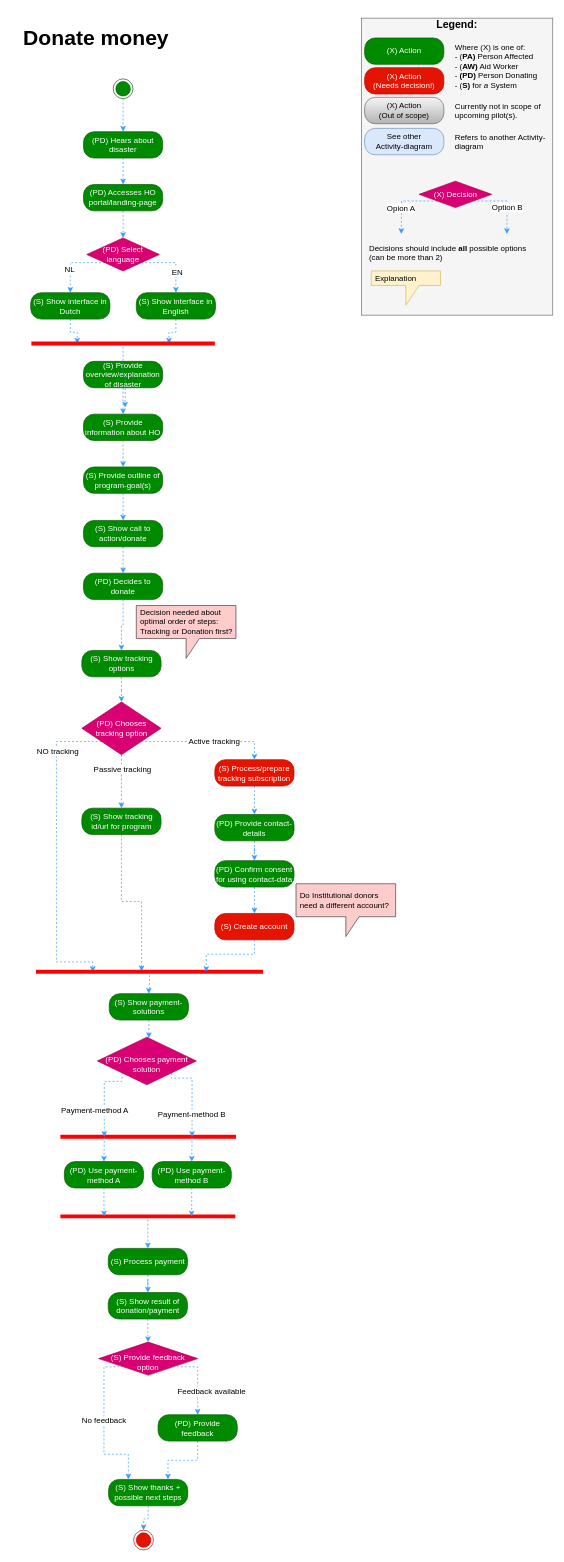
Before: Activity Diagrams/Donate money activity.drawio in nsward/diagrams, a draw.io diagram. Source tidied: cells renumbered, new cells numbered last; positions are measured from the earlier drawing's top-left corner, leaving out a move shared by most shapes. Both pictures are drawn from the tidied source at 66%, with x=0, y=0 at pixel (11, 11).
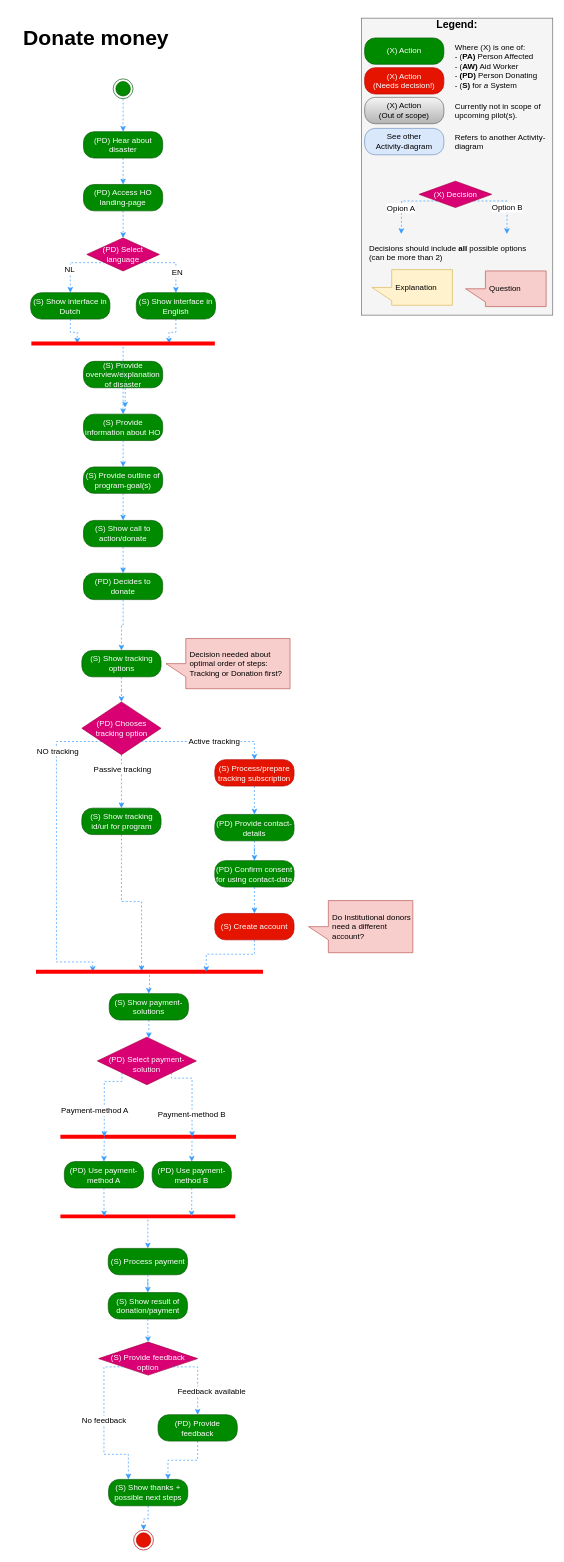
The same diagram, later.

Commit message:
AB#148 : Update "Donate money" activity

Diff of the diagram source:
```diff
@@
-    <mxCell id="5" value="(PD) Hears about disaster" style="rounded=1;whiteSpace=wrap;html=1;arcSize=40;fillColor=#008a00;strokeColor=#005700;fontColor=#ffffff;" parent="1" vertex="1">
+    <mxCell id="5" value="(PD) Hear about disaster" style="rounded=1;whiteSpace=wrap;html=1;arcSize=40;fillColor=#008a00;strokeColor=#005700;fontColor=#ffffff;" parent="1" vertex="1">
       <mxGeometry x="109" y="182" width="120" height="40" as="geometry" />
     </mxCell>
@@
-    <mxCell id="7" value="(PD) Accesses HO portal/landing-page" style="rounded=1;whiteSpace=wrap;html=1;arcSize=40;fillColor=#008a00;strokeColor=#005700;fontColor=#ffffff;" parent="1" vertex="1">
+    <mxCell id="7" value="(PD) Access HO landing-page" style="rounded=1;whiteSpace=wrap;html=1;arcSize=40;fillColor=#008a00;strokeColor=#005700;fontColor=#ffffff;" parent="1" vertex="1">
       <mxGeometry x="109" y="262" width="120" height="40" as="geometry" />
     </mxCell>
@@
-    <mxCell id="50" value="&lt;p&gt;Decision needed about optimal order of steps:&lt;br&gt;Tracking or Donation first?&lt;/p&gt;" style="shape=callout;whiteSpace=wrap;html=1;perimeter=calloutPerimeter;fillColor=#ffcccc;fontSize=12;align=left;strokeColor=#36393d;spacingLeft=4;" parent="1" vertex="1">
-      <mxGeometry x="189" y="900" width="151" height="80" as="geometry" />
+    <mxCell id="50" value="&lt;p&gt;Decision needed about optimal order of steps:&lt;br&gt;Tracking or Donation first?&lt;/p&gt;" style="shape=callout;whiteSpace=wrap;html=1;perimeter=calloutPerimeter;fillColor=#f8cecc;fontSize=12;align=left;strokeColor=#b85450;spacingLeft=4;direction=south;" parent="1" vertex="1">
+      <mxGeometry x="234" y="950" width="188" height="76" as="geometry" />
     </mxCell>
@@
-    <mxCell id="57" value="&lt;p&gt;Do Institutional donors need a different account?&lt;/p&gt;" style="shape=callout;whiteSpace=wrap;html=1;perimeter=calloutPerimeter;fillColor=#ffcccc;fontSize=12;align=left;strokeColor=#36393d;spacingLeft=4;" parent="1" vertex="1">
-      <mxGeometry x="431" y="1321.5" width="151" height="80" as="geometry" />
+    <mxCell id="57" value="&lt;p&gt;Do Institutional donors need a different account?&lt;/p&gt;" style="shape=callout;whiteSpace=wrap;html=1;perimeter=calloutPerimeter;fillColor=#f8cecc;fontSize=12;align=left;strokeColor=#b85450;spacingLeft=4;direction=south;" parent="1" vertex="1">
+      <mxGeometry x="450" y="1347" width="158" height="79" as="geometry" />
     </mxCell>
@@
-    <mxCell id="71" value="(PD) Chooses payment solution" style="rhombus;whiteSpace=wrap;html=1;fillColor=#d80073;strokeColor=#A50040;fontColor=#ffffff;spacingTop=9;verticalAlign=middle;" parent="1" vertex="1">
+    <mxCell id="71" value="(PD) Select payment-solution" style="rhombus;whiteSpace=wrap;html=1;fillColor=#d80073;strokeColor=#A50040;fontColor=#ffffff;spacingTop=9;verticalAlign=middle;" parent="1" vertex="1">
       <mxGeometry x="130" y="1554" width="150" height="72" as="geometry" />
     </mxCell>
@@
     <mxCell id="87" style="group;" parent="1" vertex="1">
-      <mxGeometry x="530" y="10" width="290" height="450" as="geometry" />
+      <mxGeometry x="530" y="10" width="290" height="462" as="geometry" />
     </mxCell>
@@
-    <mxCell id="101" value="&lt;p&gt;Explanation&lt;/p&gt;" style="shape=callout;whiteSpace=wrap;html=1;perimeter=calloutPerimeter;fillColor=#fff2cc;fontSize=12;align=left;strokeColor=#d6b656;spacingLeft=4;" parent="87" vertex="1">
-      <mxGeometry x="15" y="383" width="105" height="52" as="geometry" />
+    <mxCell id="101" value="&lt;p&gt;Explanation&lt;/p&gt;" style="shape=callout;whiteSpace=wrap;html=1;perimeter=calloutPerimeter;fillColor=#fff2cc;fontSize=12;align=left;strokeColor=#d6b656;spacingLeft=4;direction=south;" parent="87" vertex="1">
+      <mxGeometry x="16" y="381" width="122" height="54" as="geometry" />
     </mxCell>
@@
+    <mxCell id="104" value="&lt;p&gt;Question&lt;/p&gt;" style="shape=callout;whiteSpace=wrap;html=1;perimeter=calloutPerimeter;fillColor=#f8cecc;fontSize=12;align=left;strokeColor=#b85450;spacingLeft=4;direction=south;" parent="87" vertex="1">
+      <mxGeometry x="158" y="383" width="122" height="54" as="geometry" />
+    </mxCell>
```
